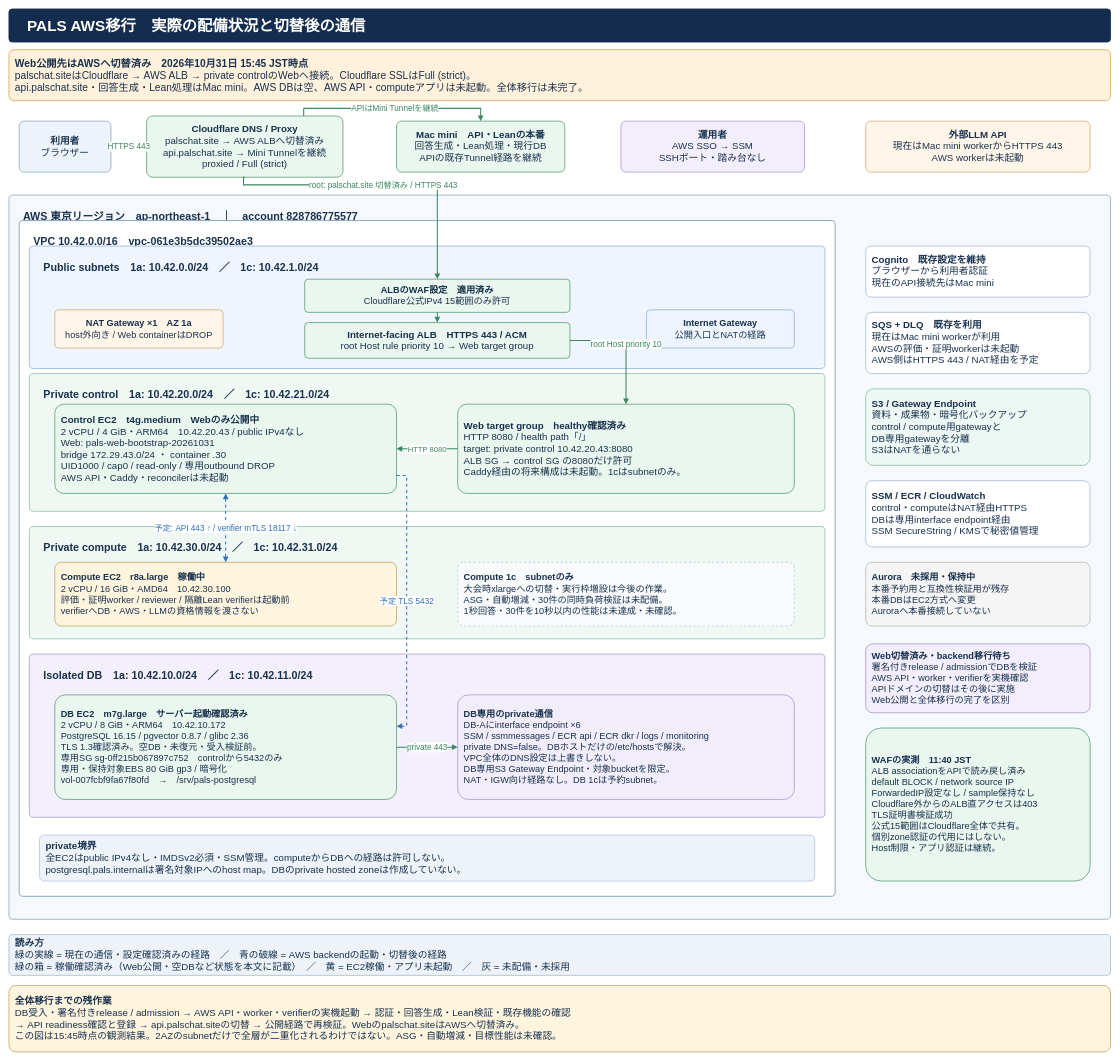
Before: docs/diagrams/pals-aws-private-target.drawio in AtsushiHosaka/pals, a draw.io diagram. Source tidied: cells renumbered, new cells numbered last; positions are measured from the earlier drawing's top-left corner, leaving out a move shared by most shapes. Both pictures are drawn from the tidied source at 51%, with x=0, y=0 at pixel (9, 9).
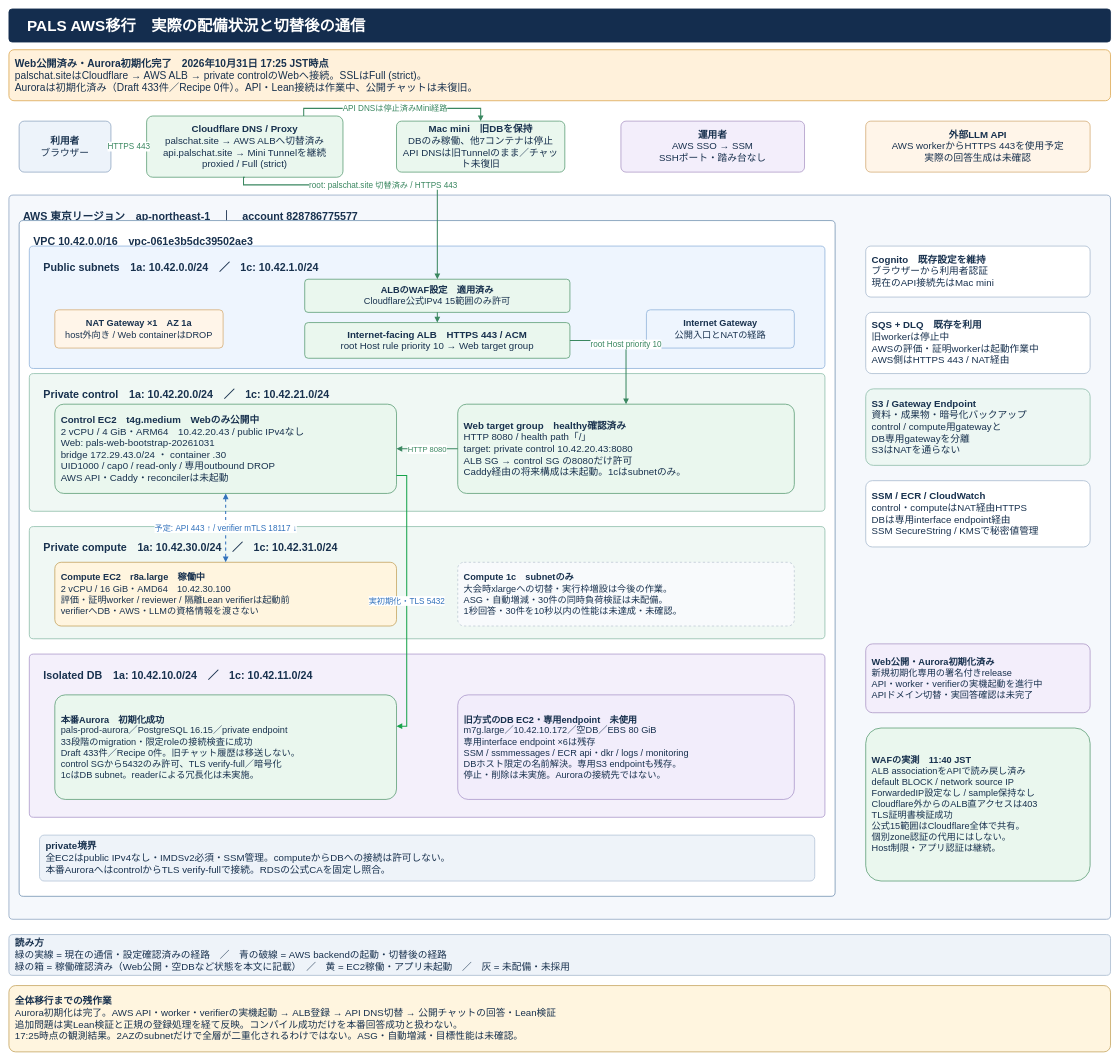
The same diagram, later.

Commit message (it also covers changes not shown here):
docs: update AWS diagram after fresh Aurora initialization

The change refers to these unchanged cells:
```xml
<mxCell id="11" value="&lt;b&gt;Cloudflare DNS / Proxy&lt;/b&gt;&lt;br&gt;palschat.site → AWS ALBへ切替済み&lt;br&gt;api.palschat.site → Mini Tunnelを継続&lt;br&gt;proxied / Full (strict)" style="rounded=1;arcSize=10;whiteSpace=wrap;html=1;fillColor=#eaf7ee;strokeColor=#579a72;strokeWidth=1.5;fontSize=19;fontColor=#18314e;fontFamily=Hiragino Sans,Noto Sans JP,Arial;align=center;verticalAlign=middle;spacing=12;" parent="1" vertex="1">
  <mxGeometry x="270" y="210" width="385" height="120" as="geometry" />
</mxCell>
<mxCell id="19" value="&lt;b&gt;Control EC2　t4g.medium　Webのみ公開中&lt;/b&gt;&lt;br&gt;2 vCPU / 4 GiB・ARM64　10.42.20.43 / public IPv4なし&lt;br&gt;Web: pals-web-bootstrap-20261031&lt;br&gt;bridge 172.29.43.0/24 ・ container .30&lt;br&gt;UID1000 / cap0 / read-only / 専用outbound DROP&lt;br&gt;AWS API・Caddy・reconcilerは未起動" style="rounded=1;arcSize=10;whiteSpace=wrap;html=1;fillColor=#eaf7ee;strokeColor=#579a72;strokeWidth=1.5;fontSize=19;fontColor=#18314e;fontFamily=Hiragino Sans,Noto Sans JP,Arial;align=left;verticalAlign=middle;spacing=12;" parent="1" vertex="1">
  <mxGeometry x="90" y="775" width="670" height="175" as="geometry" />
</mxCell>
```

What changed in the source:
```diff
@@
-    <mxCell id="3" value="&lt;b&gt;Web公開先はAWSへ切替済み　2026年10月31日 15:45 JST時点&lt;/b&gt;&lt;br&gt;palschat.siteはCloudflare → AWS ALB → private controlのWebへ接続。Cloudflare SSLはFull (strict)。&lt;br&gt;api.palschat.site・回答生成・Lean処理はMac mini。AWS DBは空、AWS API・computeアプリは未起動。全体移行は未完了。" style="rounded=1;arcSize=10;whiteSpace=wrap;html=1;fillColor=#fff1db;strokeColor=#dba54d;strokeWidth=1.5;fontSize=20;fontColor=#18314e;fontFamily=Hiragino Sans,Noto Sans JP,Arial;align=left;verticalAlign=middle;spacing=12;" parent="1" vertex="1">
+    <mxCell id="3" value="&lt;b&gt;Web公開済み・Aurora初期化完了　2026年10月31日 17:25 JST時点&lt;/b&gt;&lt;br&gt;palschat.siteはCloudflare → AWS ALB → private controlのWebへ接続。SSLはFull (strict)。&lt;br&gt;Auroraは初期化済み（Draft 433件／Recipe 0件）。API・Lean接続は作業中、公開チャットは未復旧。" style="rounded=1;arcSize=10;whiteSpace=wrap;html=1;fillColor=#fff1db;strokeColor=#dba54d;strokeWidth=1.5;fontSize=20;fontColor=#18314e;fontFamily=Hiragino Sans,Noto Sans JP,Arial;align=left;verticalAlign=middle;spacing=12;" parent="1" vertex="1">
       <mxGeometry y="80" width="2160" height="100" as="geometry" />
     </mxCell>
@@
-    <mxCell id="12" value="&lt;b&gt;Mac mini　API・Leanの本番&lt;/b&gt;&lt;br&gt;回答生成・Lean処理・現行DB&lt;br&gt;APIの既存Tunnel経路を継続" style="rounded=1;arcSize=10;whiteSpace=wrap;html=1;fillColor=#eaf7ee;strokeColor=#579a72;strokeWidth=1.5;fontSize=19;fontColor=#18314e;fontFamily=Hiragino Sans,Noto Sans JP,Arial;align=center;verticalAlign=middle;spacing=12;" parent="1" vertex="1">
+    <mxCell id="12" value="&lt;b&gt;Mac mini　旧DBを保持&lt;/b&gt;&lt;br&gt;DBのみ稼働、他7コンテナは停止&lt;br&gt;API DNSは旧Tunnelのまま／チャット未復旧" style="rounded=1;arcSize=10;whiteSpace=wrap;html=1;fillColor=#eaf7ee;strokeColor=#579a72;strokeWidth=1.5;fontSize=19;fontColor=#18314e;fontFamily=Hiragino Sans,Noto Sans JP,Arial;align=center;verticalAlign=middle;spacing=12;" parent="1" vertex="1">
       <mxGeometry x="760" y="220" width="330" height="100" as="geometry" />
     </mxCell>
@@
-    <mxCell id="14" value="&lt;b&gt;外部LLM API&lt;/b&gt;&lt;br&gt;現在はMac mini workerからHTTPS 443&lt;br&gt;AWS workerは未起動" style="rounded=1;arcSize=10;whiteSpace=wrap;html=1;fillColor=#fff5e9;strokeColor=#d3aa73;strokeWidth=1.5;fontSize=19;fontColor=#18314e;fontFamily=Hiragino Sans,Noto Sans JP,Arial;align=center;verticalAlign=middle;spacing=12;" parent="1" vertex="1">
+    <mxCell id="14" value="&lt;b&gt;外部LLM API&lt;/b&gt;&lt;br&gt;AWS workerからHTTPS 443を使用予定&lt;br&gt;実際の回答生成は未確認" style="rounded=1;arcSize=10;whiteSpace=wrap;html=1;fillColor=#fff5e9;strokeColor=#d3aa73;strokeWidth=1.5;fontSize=19;fontColor=#18314e;fontFamily=Hiragino Sans,Noto Sans JP,Arial;align=center;verticalAlign=middle;spacing=12;" parent="1" vertex="1">
       <mxGeometry x="1680" y="220" width="440" height="100" as="geometry" />
     </mxCell>
@@
-    <mxCell id="23" value="&lt;b&gt;DB EC2　m7g.large　サーバー起動確認済み&lt;/b&gt;&lt;br&gt;2 vCPU / 8 GiB・ARM64　10.42.10.172&lt;br&gt;PostgreSQL 16.15 / pgvector 0.8.7 / glibc 2.36&lt;br&gt;TLS 1.3確認済み。空DB・未復元・受入検証前。&lt;br&gt;専用SG sg-0ff215b067897c752　controlから5432のみ&lt;br&gt;専用・保持対象EBS 80 GiB gp3 / 暗号化&lt;br&gt;vol-007fcbf9fa67f80fd　→　/srv/pals-postgresql" style="rounded=1;arcSize=10;whiteSpace=wrap;html=1;fillColor=#eaf7ee;strokeColor=#579a72;strokeWidth=1.5;fontSize=18;fontColor=#18314e;fontFamily=Hiragino Sans,Noto Sans JP,Arial;align=left;verticalAlign=middle;spacing=12;" parent="1" vertex="1">
+    <mxCell id="23" value="&lt;b&gt;本番Aurora　初期化成功&lt;/b&gt;&lt;br&gt;pals-prod-aurora／PostgreSQL 16.15／private endpoint&lt;br&gt;33段階のmigration・限定roleの接続検査に成功&lt;br&gt;Draft 433件／Recipe 0件。旧チャット履歴は移送しない。&lt;br&gt;control SGから5432のみ許可、TLS verify-full／暗号化&lt;br&gt;1cはDB subnet。readerによる冗長化は未実施。" style="rounded=1;arcSize=10;whiteSpace=wrap;html=1;fillColor=#eaf7ee;strokeColor=#579a72;strokeWidth=1.5;fontSize=18;fontColor=#18314e;fontFamily=Hiragino Sans,Noto Sans JP,Arial;align=left;verticalAlign=middle;spacing=12;" parent="1" vertex="1">
       <mxGeometry x="90" y="1345" width="670" height="205" as="geometry" />
     </mxCell>
-    <mxCell id="24" value="&lt;b&gt;DB専用のprivate通信&lt;/b&gt;&lt;br&gt;DB-Aにinterface endpoint ×6&lt;br&gt;SSM / ssmmessages / ECR api / ECR dkr / logs / monitoring&lt;br&gt;private DNS=false。DBホストだけの/etc/hostsで解決。&lt;br&gt;VPC全体のDNS設定は上書きしない。&lt;br&gt;DB専用S3 Gateway Endpoint・対象bucketを限定。&lt;br&gt;NAT・IGW向け経路なし。DB 1cは予約subnet。" style="rounded=1;arcSize=10;whiteSpace=wrap;html=1;fillColor=#f2edfb;strokeColor=#a995c9;strokeWidth=1.5;fontSize=18;fontColor=#18314e;fontFamily=Hiragino Sans,Noto Sans JP,Arial;align=left;verticalAlign=middle;spacing=12;" parent="1" vertex="1">
+    <mxCell id="24" value="&lt;b&gt;旧方式のDB EC2・専用endpoint　未使用&lt;/b&gt;&lt;br&gt;m7g.large／10.42.10.172／空DB／EBS 80 GiB&lt;br&gt;専用interface endpoint ×6は残存&lt;br&gt;SSM / ssmmessages / ECR api・dkr / logs / monitoring&lt;br&gt;DBホスト限定の名前解決。専用S3 endpointも残存。&lt;br&gt;停止・削除は未実施。Auroraの接続先ではない。" style="rounded=1;arcSize=10;whiteSpace=wrap;html=1;fillColor=#f2edfb;strokeColor=#a995c9;strokeWidth=1.5;fontSize=18;fontColor=#18314e;fontFamily=Hiragino Sans,Noto Sans JP,Arial;align=left;verticalAlign=middle;spacing=12;" parent="1" vertex="1">
       <mxGeometry x="880" y="1345" width="660" height="205" as="geometry" />
     </mxCell>
-    <mxCell id="25" value="&lt;b&gt;private境界&lt;/b&gt;&lt;br&gt;全EC2はpublic IPv4なし・IMDSv2必須・SSM管理。computeからDBへの経路は許可しない。&lt;br&gt;postgresql.pals.internalは署名対象IPへのhost map。DBのprivate hosted zoneは作成していない。" style="rounded=1;arcSize=10;whiteSpace=wrap;html=1;fillColor=#eef3f9;strokeColor=#b2c3d6;strokeWidth=1.5;fontSize=19;fontColor=#18314e;fontFamily=Hiragino Sans,Noto Sans JP,Arial;align=left;verticalAlign=middle;spacing=12;" parent="1" vertex="1">
+    <mxCell id="25" value="&lt;b&gt;private境界&lt;/b&gt;&lt;br&gt;全EC2はpublic IPv4なし・IMDSv2必須・SSM管理。computeからDBへの接続は許可しない。&lt;br&gt;本番AuroraへはcontrolからTLS verify-fullで接続。RDSの公式CAを固定し照合。" style="rounded=1;arcSize=10;whiteSpace=wrap;html=1;fillColor=#eef3f9;strokeColor=#b2c3d6;strokeWidth=1.5;fontSize=19;fontColor=#18314e;fontFamily=Hiragino Sans,Noto Sans JP,Arial;align=left;verticalAlign=middle;spacing=12;" parent="1" vertex="1">
       <mxGeometry x="60" y="1620" width="1520" height="90" as="geometry" />
     </mxCell>
@@
-    <mxCell id="27" value="&lt;b&gt;SQS + DLQ　既存を利用&lt;/b&gt;&lt;br&gt;現在はMac mini workerが利用&lt;br&gt;AWSの評価・証明workerは未起動&lt;br&gt;AWS側はHTTPS 443 / NAT経由を予定" style="rounded=1;arcSize=10;whiteSpace=wrap;html=1;fillColor=#ffffff;strokeColor=#a6b9ce;strokeWidth=1.5;fontSize=19;fontColor=#18314e;fontFamily=Hiragino Sans,Noto Sans JP,Arial;align=left;verticalAlign=middle;spacing=12;" parent="1" vertex="1">
+    <mxCell id="27" value="&lt;b&gt;SQS + DLQ　既存を利用&lt;/b&gt;&lt;br&gt;旧workerは停止中&lt;br&gt;AWSの評価・証明workerは起動作業中&lt;br&gt;AWS側はHTTPS 443 / NAT経由" style="rounded=1;arcSize=10;whiteSpace=wrap;html=1;fillColor=#ffffff;strokeColor=#a6b9ce;strokeWidth=1.5;fontSize=19;fontColor=#18314e;fontFamily=Hiragino Sans,Noto Sans JP,Arial;align=left;verticalAlign=middle;spacing=12;" parent="1" vertex="1">
       <mxGeometry x="1680" y="595" width="440" height="120" as="geometry" />
     </mxCell>
@@
-    <mxCell id="30" value="&lt;b&gt;Aurora　未採用・保持中&lt;/b&gt;&lt;br&gt;本番予約用と互換性検証用が残存&lt;br&gt;本番DBはEC2方式へ変更&lt;br&gt;Auroraへ本番接続していない" style="rounded=1;arcSize=10;whiteSpace=wrap;html=1;fillColor=#f5f5f5;strokeColor=#b8b8b8;strokeWidth=1.5;fontSize=18;fontColor=#18314e;fontFamily=Hiragino Sans,Noto Sans JP,Arial;align=left;verticalAlign=middle;spacing=12;" parent="1" vertex="1">
-      <mxGeometry x="1680" y="1085" width="440" height="125" as="geometry" />
-    </mxCell>
-    <mxCell id="31" value="&lt;b&gt;Web切替済み・backend移行待ち&lt;/b&gt;&lt;br&gt;署名付きrelease / admissionでDBを検証&lt;br&gt;AWS API・worker・verifierを実機確認&lt;br&gt;APIドメインの切替はその後に実施&lt;br&gt;Web公開と全体移行の完了を区別" style="rounded=1;arcSize=10;whiteSpace=wrap;html=1;fillColor=#f3eefb;strokeColor=#aa95c4;strokeWidth=1.5;fontSize=18;fontColor=#18314e;fontFamily=Hiragino Sans,Noto Sans JP,Arial;align=left;verticalAlign=middle;spacing=12;" parent="1" vertex="1">
+    <mxCell id="31" value="&lt;b&gt;Web公開・Aurora初期化済み&lt;/b&gt;&lt;br&gt;新規初期化専用の署名付きrelease&lt;br&gt;API・worker・verifierの実機起動を進行中&lt;br&gt;APIドメイン切替・実回答確認は未完了" style="rounded=1;arcSize=10;whiteSpace=wrap;html=1;fillColor=#f3eefb;strokeColor=#aa95c4;strokeWidth=1.5;fontSize=18;fontColor=#18314e;fontFamily=Hiragino Sans,Noto Sans JP,Arial;align=left;verticalAlign=middle;spacing=12;" parent="1" vertex="1">
       <mxGeometry x="1680" y="1245" width="440" height="135" as="geometry" />
     </mxCell>
@@
-    <mxCell id="34" value="APIはMini Tunnelを継続" style="edgeStyle=orthogonalEdgeStyle;rounded=0;jettySize=auto;html=1;endArrow=block;endFill=1;strokeColor=#3a8760;strokeWidth=2;dashed=0;fontSize=16;fontFamily=Hiragino Sans,Noto Sans JP,Arial;fontColor=#3a8760;labelBackgroundColor=#ffffff;exitX=0.8;exitY=0;entryX=0.5;entryY=0;" parent="1" edge="1" source="11" target="12">
+    <mxCell id="34" value="API DNSは停止済みMini経路" style="edgeStyle=orthogonalEdgeStyle;rounded=0;jettySize=auto;html=1;endArrow=block;endFill=1;strokeColor=#3a8760;strokeWidth=2;dashed=0;fontSize=16;fontFamily=Hiragino Sans,Noto Sans JP,Arial;fontColor=#3a8760;labelBackgroundColor=#ffffff;exitX=0.8;exitY=0;entryX=0.5;entryY=0;" parent="1" edge="1" source="11" target="12">
       <mxGeometry relative="1" as="geometry">
         <Array as="points">
           <mxPoint x="578" y="195" />
           <mxPoint x="925" y="195" />
         </Array>
       </mxGeometry>
     </mxCell>
@@
-    <mxCell id="39" value="予定 TLS 5432" style="edgeStyle=orthogonalEdgeStyle;rounded=0;jettySize=auto;html=1;endArrow=block;endFill=1;strokeColor=#3171bb;strokeWidth=2;dashed=1;fontSize=16;fontFamily=Hiragino Sans,Noto Sans JP,Arial;fontColor=#3171bb;labelBackgroundColor=#ffffff;exitX=1;exitY=0.8;entryX=1;entryY=0.3;" parent="1" edge="1" source="19" target="23">
+    <mxCell id="39" value="実初期化・TLS 5432" style="edgeStyle=orthogonalEdgeStyle;rounded=0;jettySize=auto;html=1;endArrow=block;endFill=1;strokeColor=#16A34A;strokeWidth=2;dashed=0;fontSize=16;fontFamily=Hiragino Sans,Noto Sans JP,Arial;fontColor=#3171bb;labelBackgroundColor=#ffffff;exitX=1;exitY=0.8;entryX=1;entryY=0.3;" parent="1" edge="1" source="19" target="23">
       <mxGeometry relative="1" as="geometry" />
     </mxCell>
-    <mxCell id="40" value="private 443" style="edgeStyle=orthogonalEdgeStyle;rounded=0;jettySize=auto;html=1;endArrow=block;endFill=1;strokeColor=#3a8760;strokeWidth=2;dashed=0;fontSize=16;fontFamily=Hiragino Sans,Noto Sans JP,Arial;fontColor=#3a8760;labelBackgroundColor=#ffffff;exitX=1;exitY=0.5;entryX=0;entryY=0.5;" parent="1" edge="1" source="23" target="24">
-      <mxGeometry relative="1" as="geometry" />
-    </mxCell>
@@
-    <mxCell id="42" value="&lt;b&gt;全体移行までの残作業&lt;/b&gt;&lt;br&gt;DB受入・署名付きrelease / admission → AWS API・worker・verifierの実機起動 → 認証・回答生成・Lean検証・既存機能の確認&lt;br&gt;→ API readiness確認と登録 → api.palschat.siteの切替 → 公開経路で再検証。Webのpalschat.siteはAWSへ切替済み。&lt;br&gt;この図は15:45時点の観測結果。2AZのsubnetだけで全層が二重化されるわけではない。ASG・自動増減・目標性能は未確認。" style="rounded=1;arcSize=10;whiteSpace=wrap;html=1;fillColor=#fff5df;strokeColor=#c3a15a;strokeWidth=1.5;fontSize=19;fontColor=#18314e;fontFamily=Hiragino Sans,Noto Sans JP,Arial;align=left;verticalAlign=middle;spacing=12;" parent="1" vertex="1">
+    <mxCell id="42" value="&lt;b&gt;全体移行までの残作業&lt;/b&gt;&lt;br&gt;Aurora初期化は完了。AWS API・worker・verifierの実機起動 → ALB登録 → API DNS切替 → 公開チャットの回答・Lean検証&lt;br&gt;追加問題は実Lean検証と正規の登録処理を経て反映。コンパイル成功だけを本番回答成功と扱わない。&lt;br&gt;17:25時点の観測結果。2AZのsubnetだけで全層が二重化されるわけではない。ASG・自動増減・目標性能は未確認。" style="rounded=1;arcSize=10;whiteSpace=wrap;html=1;fillColor=#fff5df;strokeColor=#c3a15a;strokeWidth=1.5;fontSize=19;fontColor=#18314e;fontFamily=Hiragino Sans,Noto Sans JP,Arial;align=left;verticalAlign=middle;spacing=12;" parent="1" vertex="1">
       <mxGeometry y="1915" width="2160" height="130" as="geometry" />
     </mxCell>
```
